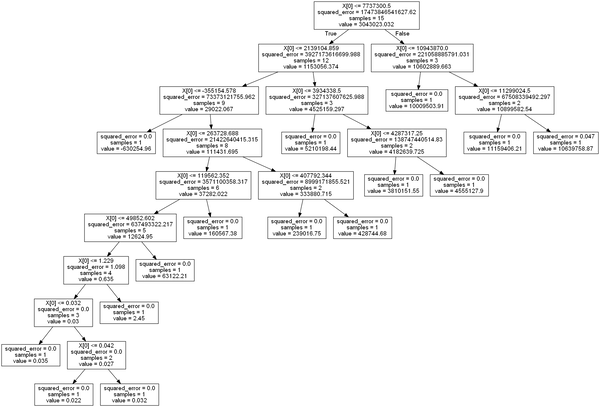
The Graphviz diagram dot_tree.png in Dimitrios-Mourtzilas/Business-Strategy, before a commit. Its source is kept beside it as dot_tree.dot.
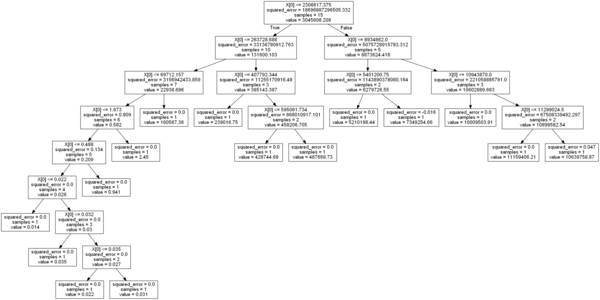
After the change.

The edit, as a diff of the source:
```diff
@@ -1,55 +1,55 @@
 digraph Tree {
 node [shape=box, fontname="helvetica"] ;
 edge [fontname="helvetica"] ;
-0 [label="X[0] <= 7737300.5\nsquared_error = 17473846541627.62\nsamples = 15\nvalue = 3043023.032"] ;
-1 [label="X[0] <= 2139104.859\nsquared_error = 3927173616699.988\nsamples = 12\nvalue = 1153056.374"] ;
+0 [label="X[0] <= 2306617.375\nsquared_error = 18696887296505.332\nsamples = 15\nvalue = 3045608.208"] ;
+1 [label="X[0] <= 263728.688\nsquared_error = 33136780912.763\nsamples = 10\nvalue = 131600.103"] ;
 0 -> 1 [labeldistance=2.5, labelangle=45, headlabel="True"] ;
-2 [label="X[0] <= -355154.578\nsquared_error = 73373121755.962\nsamples = 9\nvalue = 29022.067"] ;
+2 [label="X[0] <= 69712.157\nsquared_error = 3156942433.859\nsamples = 7\nvalue = 22938.696"] ;
 1 -> 2 ;
-3 [label="squared_error = 0.0\nsamples = 1\nvalue = -630254.96"] ;
+3 [label="X[0] <= 1.673\nsquared_error = 0.809\nsamples = 6\nvalue = 0.582"] ;
 2 -> 3 ;
-4 [label="X[0] <= 263728.688\nsquared_error = 21422640415.315\nsamples = 8\nvalue = 111431.695"] ;
-2 -> 4 ;
-5 [label="X[0] <= 119562.352\nsquared_error = 3571100358.317\nsamples = 6\nvalue = 37282.022"] ;
+4 [label="X[0] <= 0.488\nsquared_error = 0.134\nsamples = 5\nvalue = 0.209"] ;
+3 -> 4 ;
+5 [label="X[0] <= 0.022\nsquared_error = 0.0\nsamples = 4\nvalue = 0.026"] ;
 4 -> 5 ;
-6 [label="X[0] <= 49852.602\nsquared_error = 637493322.217\nsamples = 5\nvalue = 12624.95"] ;
+6 [label="squared_error = 0.0\nsamples = 1\nvalue = 0.014"] ;
 5 -> 6 ;
-7 [label="X[0] <= 1.229\nsquared_error = 1.098\nsamples = 4\nvalue = 0.635"] ;
-6 -> 7 ;
-8 [label="X[0] <= 0.032\nsquared_error = 0.0\nsamples = 3\nvalue = 0.03"] ;
+7 [label="X[0] <= 0.032\nsquared_error = 0.0\nsamples = 3\nvalue = 0.03"] ;
+5 -> 7 ;
+8 [label="squared_error = 0.0\nsamples = 1\nvalue = 0.035"] ;
 7 -> 8 ;
-9 [label="squared_error = 0.0\nsamples = 1\nvalue = 0.035"] ;
-8 -> 9 ;
-10 [label="X[0] <= 0.042\nsquared_error = 0.0\nsamples = 2\nvalue = 0.027"] ;
-8 -> 10 ;
-11 [label="squared_error = 0.0\nsamples = 1\nvalue = 0.022"] ;
-10 -> 11 ;
-12 [label="squared_error = 0.0\nsamples = 1\nvalue = 0.032"] ;
-10 -> 12 ;
+9 [label="X[0] <= 0.035\nsquared_error = 0.0\nsamples = 2\nvalue = 0.027"] ;
+7 -> 9 ;
+10 [label="squared_error = 0.0\nsamples = 1\nvalue = 0.022"] ;
+9 -> 10 ;
+11 [label="squared_error = 0.0\nsamples = 1\nvalue = 0.031"] ;
+9 -> 11 ;
+12 [label="squared_error = 0.0\nsamples = 1\nvalue = 0.941"] ;
+4 -> 12 ;
 13 [label="squared_error = 0.0\nsamples = 1\nvalue = 2.45"] ;
-7 -> 13 ;
-14 [label="squared_error = 0.0\nsamples = 1\nvalue = 63122.21"] ;
-6 -> 14 ;
-15 [label="squared_error = 0.0\nsamples = 1\nvalue = 160567.38"] ;
-5 -> 15 ;
-16 [label="X[0] <= 407792.344\nsquared_error = 8999171855.521\nsamples = 2\nvalue = 333880.715"] ;
-4 -> 16 ;
-17 [label="squared_error = 0.0\nsamples = 1\nvalue = 239016.75"] ;
-16 -> 17 ;
+3 -> 13 ;
+14 [label="squared_error = 0.0\nsamples = 1\nvalue = 160567.38"] ;
+2 -> 14 ;
+15 [label="X[0] <= 407792.344\nsquared_error = 11255170916.49\nsamples = 3\nvalue = 385143.387"] ;
+1 -> 15 ;
+16 [label="squared_error = 0.0\nsamples = 1\nvalue = 239016.75"] ;
+15 -> 16 ;
+17 [label="X[0] <= 595061.734\nsquared_error = 868010917.101\nsamples = 2\nvalue = 458206.705"] ;
+15 -> 17 ;
 18 [label="squared_error = 0.0\nsamples = 1\nvalue = 428744.68"] ;
-16 -> 18 ;
-19 [label="X[0] <= 3934338.5\nsquared_error = 327137607625.988\nsamples = 3\nvalue = 4525159.297"] ;
-1 -> 19 ;
-20 [label="squared_error = 0.0\nsamples = 1\nvalue = 5210198.44"] ;
-19 -> 20 ;
-21 [label="X[0] <= 4287317.25\nsquared_error = 138747440514.83\nsamples = 2\nvalue = 4182639.725"] ;
-19 -> 21 ;
-22 [label="squared_error = 0.0\nsamples = 1\nvalue = 3810151.55"] ;
+17 -> 18 ;
+19 [label="squared_error = 0.0\nsamples = 1\nvalue = 487668.73"] ;
+17 -> 19 ;
+20 [label="X[0] <= 8934862.0\nsquared_error = 5075728915783.312\nsamples = 5\nvalue = 8873624.418"] ;
+0 -> 20 [labeldistance=2.5, labelangle=-45, headlabel="False"] ;
+21 [label="X[0] <= 5401200.75\nsquared_error = 1143890378080.164\nsamples = 2\nvalue = 6279726.55"] ;
+20 -> 21 ;
+22 [label="squared_error = 0.0\nsamples = 1\nvalue = 5210198.44"] ;
 21 -> 22 ;
-23 [label="squared_error = 0.0\nsamples = 1\nvalue = 4555127.9"] ;
+23 [label="squared_error = -0.016\nsamples = 1\nvalue = 7349254.66"] ;
 21 -> 23 ;
-24 [label="X[0] <= 10943870.0\nsquared_error = 221058885791.031\nsamples = 3\nvalue = 10602889.663"] ;
-0 -> 24 [labeldistance=2.5, labelangle=-45, headlabel="False"] ;
+24 [label="X[0] <= 10943870.0\nsquared_error = 221058885791.0\nsamples = 3\nvalue = 10602889.663"] ;
+20 -> 24 ;
 25 [label="squared_error = 0.0\nsamples = 1\nvalue = 10009503.91"] ;
 24 -> 25 ;
 26 [label="X[0] <= 11299024.5\nsquared_error = 67508339492.297\nsamples = 2\nvalue = 10899582.54"] ;
```
